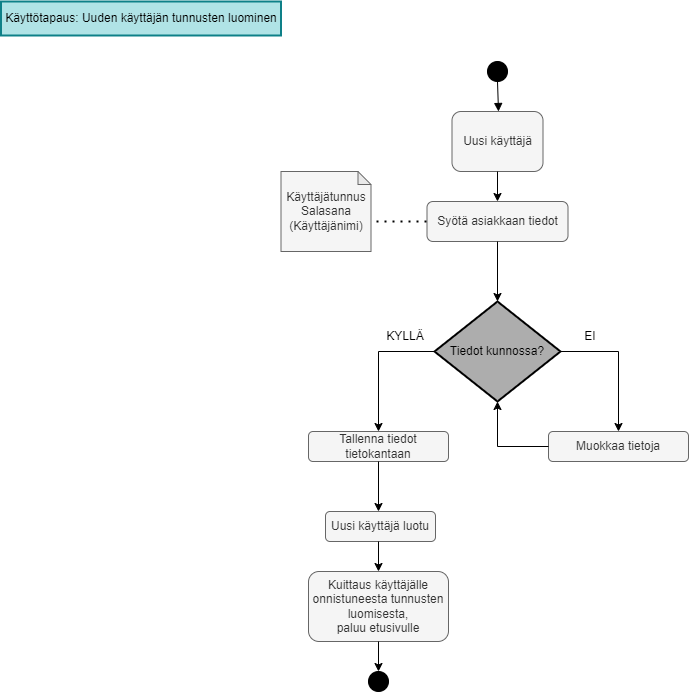
This is Aktiviteettikaavio.drawio.png from PinjaCare/Projektity-n-kaaviot, a draw.io export, as it was before one commit. Source tidied: cells renumbered, new cells last; positions are measured from the earlier drawing's top-left corner, leaving out a move shared by most shapes.
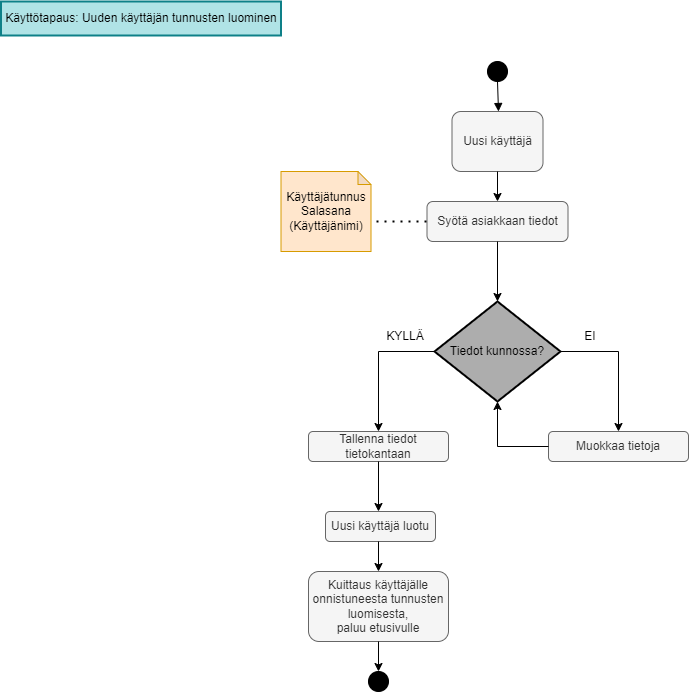
Later version of the same file.

What changed in the source:
```diff
@@ -30,7 +30,7 @@
         <mxPoint x="368" y="220" as="sourcePoint" />
       </mxGeometry>
     </mxCell>
-    <mxCell id="10" value="Käyttäjätunnus&lt;div&gt;Salasana&lt;/div&gt;&lt;div&gt;(Käyttäjänimi)&lt;/div&gt;" style="shape=note;whiteSpace=wrap;html=1;backgroundOutline=1;darkOpacity=0.05;size=13;fillColor=#f5f5f5;strokeColor=#666666;fontColor=#333333;" parent="1" vertex="1">
+    <mxCell id="10" value="Käyttäjätunnus&lt;div&gt;Salasana&lt;/div&gt;&lt;div&gt;(Käyttäjänimi)&lt;/div&gt;" style="shape=note;whiteSpace=wrap;html=1;backgroundOutline=1;darkOpacity=0.05;size=13;fillColor=#ffe6cc;strokeColor=#d79b00;" parent="1" vertex="1">
       <mxGeometry x="280.5" y="170" width="90" height="80" as="geometry" />
     </mxCell>
     <mxCell id="11" style="endArrow=classic;html=1;rounded=0;exitX=0.5;exitY=1;exitDx=0;exitDy=0;entryX=0.5;entryY=0;entryDx=0;entryDy=0;" parent="1" edge="1" source="8" target="2">
```
